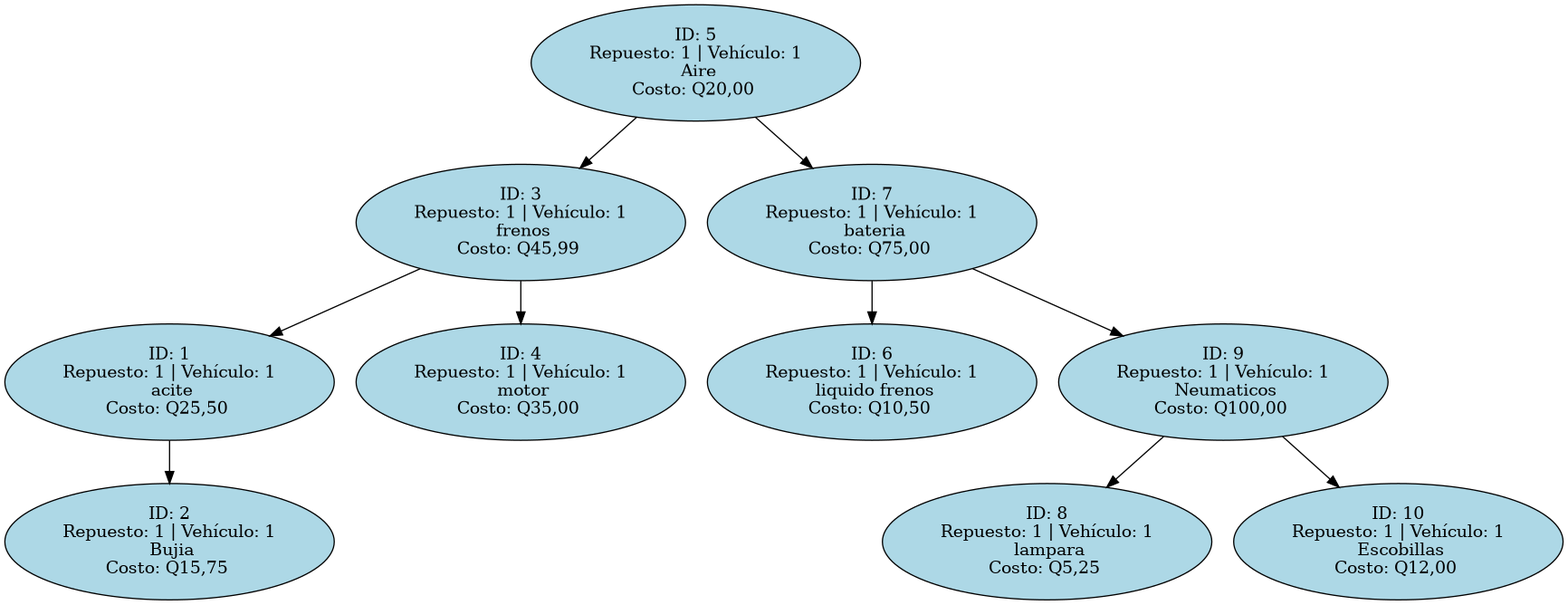
Earlier version of the Graphviz export Fase_2/AutoGestPro/AutoGestPro/Reports/servicios_0.png (Santiago78op/EDD_1S2025_201905884). Its source is kept beside it as Fase_2/AutoGestPro/AutoGestPro/Reports/servicios_0.dot. Its diagram source:
```dot
digraph Servicios {
node [shape=ellipse, style=filled, fillcolor=lightblue];
S5 [label="ID: 5\nRepuesto: 1 | Vehículo: 1\n Aire\nCosto: Q20,00 "]
S5 -> S3
S3 [label="ID: 3\nRepuesto: 1 | Vehículo: 1\n frenos\nCosto: Q45,99 "]
S3 -> S1
S1 [label="ID: 1\nRepuesto: 1 | Vehículo: 1\n acite\nCosto: Q25,50 "]
S1 -> S2
S2 [label="ID: 2\nRepuesto: 1 | Vehículo: 1\n Bujia\nCosto: Q15,75 "]
S3 -> S4
S4 [label="ID: 4\nRepuesto: 1 | Vehículo: 1\n motor\nCosto: Q35,00 "]
S5 -> S7
S7 [label="ID: 7\nRepuesto: 1 | Vehículo: 1\n bateria\nCosto: Q75,00 "]
S7 -> S6
S6 [label="ID: 6\nRepuesto: 1 | Vehículo: 1\n liquido frenos\nCosto: Q10,50 "]
S7 -> S9
S9 [label="ID: 9\nRepuesto: 1 | Vehículo: 1\n Neumaticos\nCosto: Q100,00 "]
S9 -> S8
S8 [label="ID: 8\nRepuesto: 1 | Vehículo: 1\n lampara\nCosto: Q5,25 "]
S9 -> S10
S10 [label="ID: 10\nRepuesto: 1 | Vehículo: 1\n Escobillas\nCosto: Q12,00 "]
}
```
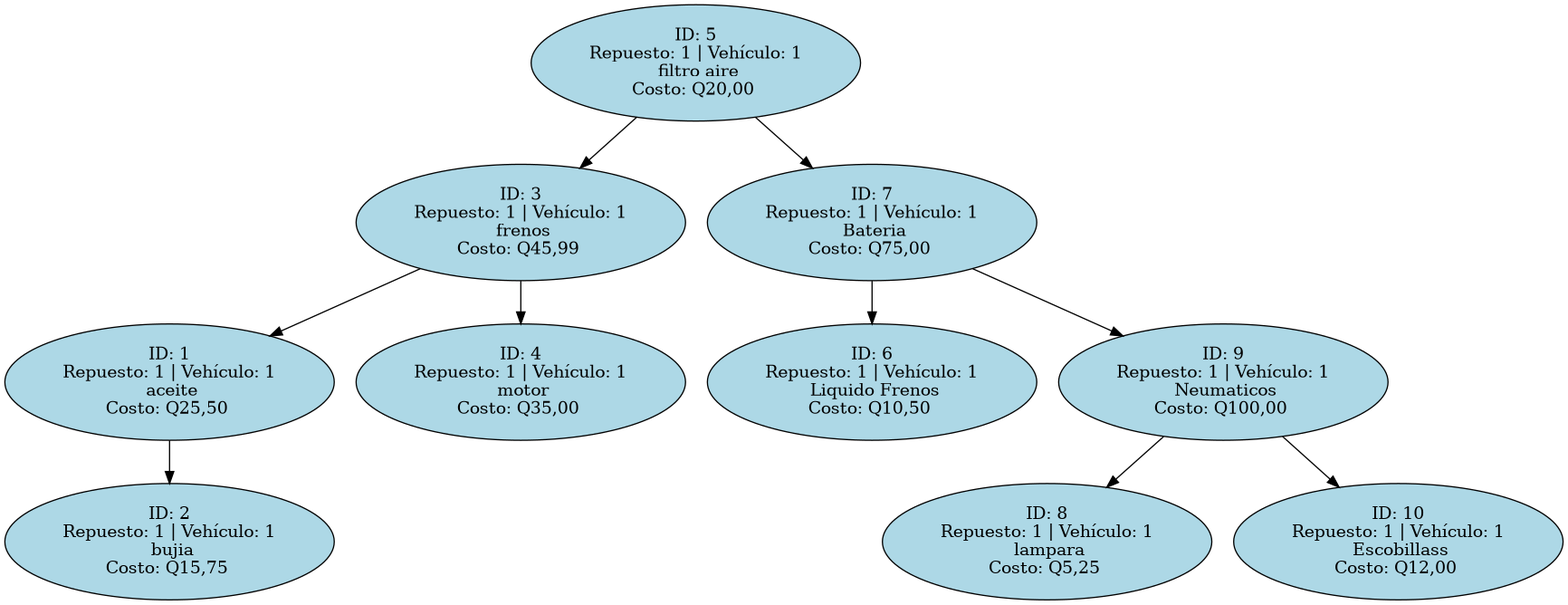
Above is the later version.

The edit, as a diff of the source:
```diff
@@ -1,22 +1,22 @@
 digraph Servicios {
 node [shape=ellipse, style=filled, fillcolor=lightblue];
-S5 [label="ID: 5\nRepuesto: 1 | Vehículo: 1\n Aire\nCosto: Q20,00 "]
+S5 [label="ID: 5\nRepuesto: 1 | Vehículo: 1\n filtro aire\nCosto: Q20,00 "]
 S5 -> S3
 S3 [label="ID: 3\nRepuesto: 1 | Vehículo: 1\n frenos\nCosto: Q45,99 "]
 S3 -> S1
-S1 [label="ID: 1\nRepuesto: 1 | Vehículo: 1\n acite\nCosto: Q25,50 "]
+S1 [label="ID: 1\nRepuesto: 1 | Vehículo: 1\n aceite\nCosto: Q25,50 "]
 S1 -> S2
-S2 [label="ID: 2\nRepuesto: 1 | Vehículo: 1\n Bujia\nCosto: Q15,75 "]
+S2 [label="ID: 2\nRepuesto: 1 | Vehículo: 1\n bujia\nCosto: Q15,75 "]
 S3 -> S4
 S4 [label="ID: 4\nRepuesto: 1 | Vehículo: 1\n motor\nCosto: Q35,00 "]
 S5 -> S7
-S7 [label="ID: 7\nRepuesto: 1 | Vehículo: 1\n bateria\nCosto: Q75,00 "]
+S7 [label="ID: 7\nRepuesto: 1 | Vehículo: 1\n Bateria\nCosto: Q75,00 "]
 S7 -> S6
-S6 [label="ID: 6\nRepuesto: 1 | Vehículo: 1\n liquido frenos\nCosto: Q10,50 "]
+S6 [label="ID: 6\nRepuesto: 1 | Vehículo: 1\n Liquido Frenos\nCosto: Q10,50 "]
 S7 -> S9
 S9 [label="ID: 9\nRepuesto: 1 | Vehículo: 1\n Neumaticos\nCosto: Q100,00 "]
 S9 -> S8
 S8 [label="ID: 8\nRepuesto: 1 | Vehículo: 1\n lampara\nCosto: Q5,25 "]
 S9 -> S10
-S10 [label="ID: 10\nRepuesto: 1 | Vehículo: 1\n Escobillas\nCosto: Q12,00 "]
+S10 [label="ID: 10\nRepuesto: 1 | Vehículo: 1\n Escobillass\nCosto: Q12,00 "]
 }
```
